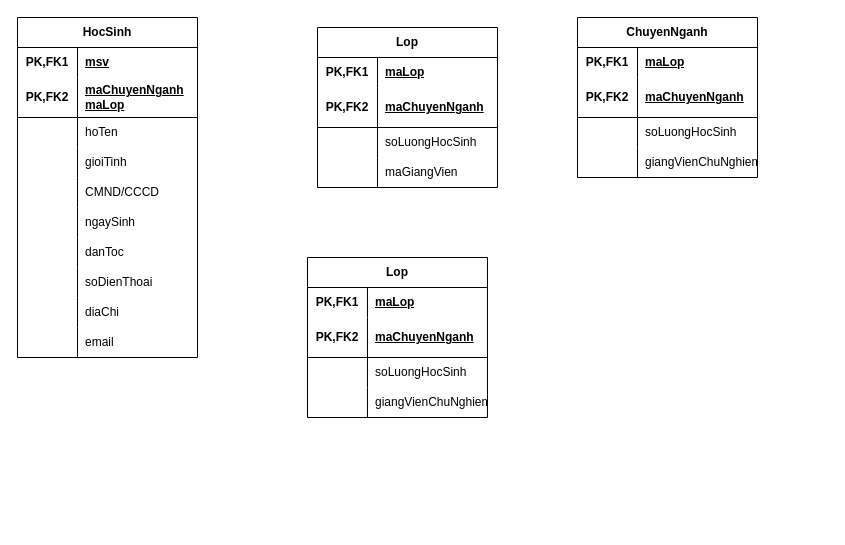
The draw.io diagram SoTaySV.drawio in minhanh9422/SoTaySV_UAD, before the edit. Source tidied: cells renumbered, new cells numbered last; positions are measured from the earlier drawing's top-left corner, leaving out a move shared by most shapes. Both pictures are drawn from the tidied source at 100%, with x=0, y=0 at pixel (17, 17).
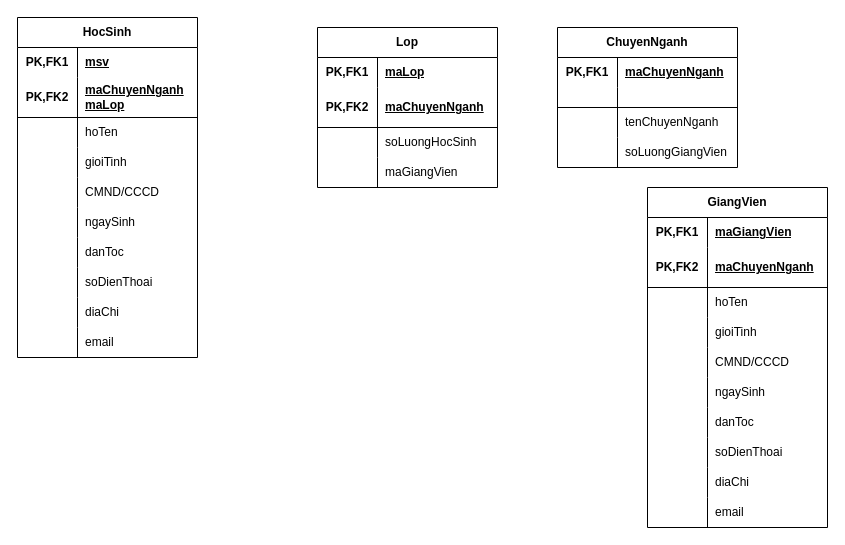
Above is the later version.

Unchanged cells that the change refers to:
```xml
<mxCell id="47" style="shape=tableRow;horizontal=0;startSize=0;swimlaneHead=0;swimlaneBody=0;fillColor=none;top=0;left=0;right=0;bottom=0;html=1;" parent="46" vertex="1">
  <mxGeometry y="30" width="180" height="30" as="geometry" />
</mxCell>
```

Change to the diagram source:
```diff
@@
     <mxCell id="46" value="ChuyenNganh" style="shape=table;startSize=30;childLayout=tableLayout;rowLines=0;fontStyle=1;align=center;html=1;whiteSpace=wrap;" parent="1" vertex="1">
-      <mxGeometry x="560" width="180" height="160" as="geometry" />
+      <mxGeometry x="540" y="10" width="180" height="140" as="geometry" />
     </mxCell>
@@
-    <mxCell id="49" value="maLop" style="shape=partialRectangle;fillColor=none;top=0;left=0;bottom=0;right=0;align=left;spacingLeft=6;fontStyle=5;overflow=hidden;html=1;whiteSpace=wrap;" parent="47" vertex="1">
+    <mxCell id="49" value="maChuyenNganh" style="shape=partialRectangle;fillColor=none;top=0;left=0;bottom=0;right=0;align=left;spacingLeft=6;fontStyle=5;overflow=hidden;html=1;whiteSpace=wrap;" parent="47" vertex="1">
       <mxGeometry x="60" width="120" height="30" as="geometry" />
     </mxCell>
     <mxCell id="50" style="shape=tableRow;horizontal=0;startSize=0;swimlaneHead=0;swimlaneBody=0;fillColor=none;top=0;left=0;right=0;bottom=1;html=1;" parent="46" vertex="1">
-      <mxGeometry y="60" width="180" height="40" as="geometry" />
+      <mxGeometry y="60" width="180" height="20" as="geometry" />
     </mxCell>
-    <mxCell id="51" value="PK,FK2" style="shape=partialRectangle;fillColor=none;top=0;left=0;bottom=0;right=0;fontStyle=1;overflow=hidden;html=1;whiteSpace=wrap;" parent="50" vertex="1">
-      <mxGeometry width="60" height="40" as="geometry" />
+    <mxCell id="51" style="shape=partialRectangle;fillColor=none;top=0;left=0;bottom=0;right=0;fontStyle=1;overflow=hidden;html=1;whiteSpace=wrap;" parent="50" vertex="1">
+      <mxGeometry width="60" height="20" as="geometry" />
     </mxCell>
-    <mxCell id="52" value="maChuyenNganh" style="shape=partialRectangle;fillColor=none;top=0;left=0;bottom=0;right=0;align=left;spacingLeft=6;fontStyle=5;overflow=hidden;html=1;whiteSpace=wrap;" parent="50" vertex="1">
-      <mxGeometry x="60" width="120" height="40" as="geometry" />
+    <mxCell id="52" style="shape=partialRectangle;fillColor=none;top=0;left=0;bottom=0;right=0;align=left;spacingLeft=6;fontStyle=5;overflow=hidden;html=1;whiteSpace=wrap;" parent="50" vertex="1">
+      <mxGeometry x="60" width="120" height="20" as="geometry" />
     </mxCell>
     <mxCell id="53" style="shape=tableRow;horizontal=0;startSize=0;swimlaneHead=0;swimlaneBody=0;fillColor=none;top=0;left=0;right=0;bottom=0;html=1;" parent="46" vertex="1">
-      <mxGeometry y="100" width="180" height="30" as="geometry" />
+      <mxGeometry y="80" width="180" height="30" as="geometry" />
     </mxCell>
@@
-    <mxCell id="55" value="&lt;span style=&quot;text-wrap-mode: nowrap;&quot;&gt;soLuongHocSinh&lt;/span&gt;" style="shape=partialRectangle;fillColor=none;top=0;left=0;bottom=0;right=0;align=left;spacingLeft=6;overflow=hidden;html=1;whiteSpace=wrap;" parent="53" vertex="1">
+    <mxCell id="55" value="&lt;span style=&quot;text-wrap-mode: nowrap;&quot;&gt;tenChuyenNganh&lt;/span&gt;" style="shape=partialRectangle;fillColor=none;top=0;left=0;bottom=0;right=0;align=left;spacingLeft=6;overflow=hidden;html=1;whiteSpace=wrap;" parent="53" vertex="1">
       <mxGeometry x="60" width="120" height="30" as="geometry" />
     </mxCell>
     <mxCell id="56" style="shape=tableRow;horizontal=0;startSize=0;swimlaneHead=0;swimlaneBody=0;fillColor=none;top=0;left=0;right=0;bottom=0;html=1;" parent="46" vertex="1">
-      <mxGeometry y="130" width="180" height="30" as="geometry" />
+      <mxGeometry y="110" width="180" height="30" as="geometry" />
     </mxCell>
@@
-    <mxCell id="58" value="&lt;span style=&quot;text-wrap-mode: nowrap;&quot;&gt;giangVienChuNghiem&lt;/span&gt;" style="shape=partialRectangle;fillColor=none;top=0;left=0;bottom=0;right=0;align=left;spacingLeft=6;overflow=hidden;html=1;whiteSpace=wrap;" parent="56" vertex="1">
+    <mxCell id="58" value="&lt;span style=&quot;text-wrap-mode: nowrap;&quot;&gt;soLuongGiangVien&lt;/span&gt;" style="shape=partialRectangle;fillColor=none;top=0;left=0;bottom=0;right=0;align=left;spacingLeft=6;overflow=hidden;html=1;whiteSpace=wrap;" parent="56" vertex="1">
       <mxGeometry x="60" width="120" height="30" as="geometry" />
     </mxCell>
-    <mxCell id="59" value="Lop" style="shape=table;startSize=30;childLayout=tableLayout;rowLines=0;fontStyle=1;align=center;html=1;whiteSpace=wrap;" parent="1" vertex="1">
-      <mxGeometry x="290" y="240" width="180" height="160" as="geometry" />
-    </mxCell>
+    <mxCell id="72" value="GiangVien" style="shape=table;startSize=30;childLayout=tableLayout;rowLines=0;fontStyle=1;align=center;html=1;whiteSpace=wrap;" parent="1" vertex="1">
+      <mxGeometry x="630" y="170" width="180" height="340" as="geometry" />
+    </mxCell>
-    <mxCell id="60" style="shape=tableRow;horizontal=0;startSize=0;swimlaneHead=0;swimlaneBody=0;fillColor=none;top=0;left=0;right=0;bottom=0;html=1;" parent="59" vertex="1">
+    <mxCell id="60" style="shape=tableRow;horizontal=0;startSize=0;swimlaneHead=0;swimlaneBody=0;fillColor=none;top=0;left=0;right=0;bottom=0;html=1;" parent="72" vertex="1">
       <mxGeometry y="30" width="180" height="30" as="geometry" />
     </mxCell>
@@
-    <mxCell id="62" value="maLop" style="shape=partialRectangle;fillColor=none;top=0;left=0;bottom=0;right=0;align=left;spacingLeft=6;fontStyle=5;overflow=hidden;html=1;whiteSpace=wrap;" parent="60" vertex="1">
-      <mxGeometry x="60" width="120" height="30" as="geometry" />
-    </mxCell>
+    <mxCell id="73" value="maGiangVien" style="shape=partialRectangle;fillColor=none;top=0;left=0;bottom=0;right=0;align=left;spacingLeft=6;fontStyle=5;overflow=hidden;html=1;whiteSpace=wrap;" parent="60" vertex="1">
+      <mxGeometry x="60" width="120" height="30" as="geometry" />
+    </mxCell>
-    <mxCell id="63" style="shape=tableRow;horizontal=0;startSize=0;swimlaneHead=0;swimlaneBody=0;fillColor=none;top=0;left=0;right=0;bottom=1;html=1;" parent="59" vertex="1">
+    <mxCell id="63" style="shape=tableRow;horizontal=0;startSize=0;swimlaneHead=0;swimlaneBody=0;fillColor=none;top=0;left=0;right=0;bottom=1;html=1;" parent="72" vertex="1">
       <mxGeometry y="60" width="180" height="40" as="geometry" />
     </mxCell>
@@
-    <mxCell id="66" style="shape=tableRow;horizontal=0;startSize=0;swimlaneHead=0;swimlaneBody=0;fillColor=none;top=0;left=0;right=0;bottom=0;html=1;" parent="59" vertex="1">
+    <mxCell id="66" style="shape=tableRow;horizontal=0;startSize=0;swimlaneHead=0;swimlaneBody=0;fillColor=none;top=0;left=0;right=0;bottom=0;html=1;" parent="72" vertex="1">
       <mxGeometry y="100" width="180" height="30" as="geometry" />
     </mxCell>
-    <mxCell id="67" style="shape=partialRectangle;fillColor=none;top=0;left=0;bottom=0;right=0;overflow=hidden;html=1;whiteSpace=wrap;" parent="66" vertex="1">
-      <mxGeometry width="60" height="30" as="geometry" />
-    </mxCell>
-    <mxCell id="68" value="&lt;span style=&quot;text-wrap-mode: nowrap;&quot;&gt;soLuongHocSinh&lt;/span&gt;" style="shape=partialRectangle;fillColor=none;top=0;left=0;bottom=0;right=0;align=left;spacingLeft=6;overflow=hidden;html=1;whiteSpace=wrap;" parent="66" vertex="1">
-      <mxGeometry x="60" width="120" height="30" as="geometry" />
-    </mxCell>
+    <mxCell id="74" style="shape=partialRectangle;fillColor=none;top=0;left=0;bottom=0;right=0;overflow=hidden;html=1;whiteSpace=wrap;" parent="66" vertex="1">
+      <mxGeometry width="60" height="30" as="geometry" />
+    </mxCell>
+    <mxCell id="75" value="&lt;span style=&quot;text-wrap-mode: nowrap;&quot;&gt;hoTen&lt;/span&gt;" style="shape=partialRectangle;fillColor=none;top=0;left=0;bottom=0;right=0;align=left;spacingLeft=6;overflow=hidden;html=1;whiteSpace=wrap;" parent="66" vertex="1">
+      <mxGeometry x="60" width="120" height="30" as="geometry" />
+    </mxCell>
-    <mxCell id="69" style="shape=tableRow;horizontal=0;startSize=0;swimlaneHead=0;swimlaneBody=0;fillColor=none;top=0;left=0;right=0;bottom=0;html=1;" parent="59" vertex="1">
+    <mxCell id="69" style="shape=tableRow;horizontal=0;startSize=0;swimlaneHead=0;swimlaneBody=0;fillColor=none;top=0;left=0;right=0;bottom=0;html=1;" parent="72" vertex="1">
       <mxGeometry y="130" width="180" height="30" as="geometry" />
     </mxCell>
-    <mxCell id="70" style="shape=partialRectangle;fillColor=none;top=0;left=0;bottom=0;right=0;overflow=hidden;html=1;whiteSpace=wrap;" parent="69" vertex="1">
-      <mxGeometry width="60" height="30" as="geometry" />
-    </mxCell>
-    <mxCell id="71" value="&lt;span style=&quot;text-wrap-mode: nowrap;&quot;&gt;giangVienChuNghiem&lt;/span&gt;" style="shape=partialRectangle;fillColor=none;top=0;left=0;bottom=0;right=0;align=left;spacingLeft=6;overflow=hidden;html=1;whiteSpace=wrap;" parent="69" vertex="1">
-      <mxGeometry x="60" width="120" height="30" as="geometry" />
-    </mxCell>
+    <mxCell id="76" style="shape=partialRectangle;fillColor=none;top=0;left=0;bottom=0;right=0;overflow=hidden;html=1;whiteSpace=wrap;" parent="69" vertex="1">
+      <mxGeometry width="60" height="30" as="geometry" />
+    </mxCell>
+    <mxCell id="77" value="&lt;span style=&quot;text-wrap-mode: nowrap;&quot;&gt;gioiTinh&lt;/span&gt;" style="shape=partialRectangle;fillColor=none;top=0;left=0;bottom=0;right=0;align=left;spacingLeft=6;overflow=hidden;html=1;whiteSpace=wrap;" parent="69" vertex="1">
+      <mxGeometry x="60" width="120" height="30" as="geometry" />
+    </mxCell>
+    <mxCell id="78" style="shape=tableRow;horizontal=0;startSize=0;swimlaneHead=0;swimlaneBody=0;fillColor=none;top=0;left=0;right=0;bottom=0;html=1;" parent="72" vertex="1">
+      <mxGeometry y="160" width="180" height="30" as="geometry" />
+    </mxCell>
+    <mxCell id="79" style="shape=partialRectangle;fillColor=none;top=0;left=0;bottom=0;right=0;overflow=hidden;html=1;whiteSpace=wrap;" parent="78" vertex="1">
+      <mxGeometry width="60" height="30" as="geometry" />
+    </mxCell>
+    <mxCell id="80" value="&lt;span style=&quot;text-wrap-mode: nowrap;&quot;&gt;CMND/CCCD&lt;/span&gt;" style="shape=partialRectangle;fillColor=none;top=0;left=0;bottom=0;right=0;align=left;spacingLeft=6;overflow=hidden;html=1;whiteSpace=wrap;" parent="78" vertex="1">
+      <mxGeometry x="60" width="120" height="30" as="geometry" />
+    </mxCell>
+    <mxCell id="81" style="shape=tableRow;horizontal=0;startSize=0;swimlaneHead=0;swimlaneBody=0;fillColor=none;top=0;left=0;right=0;bottom=0;html=1;" parent="72" vertex="1">
+      <mxGeometry y="190" width="180" height="30" as="geometry" />
+    </mxCell>
+    <mxCell id="82" style="shape=partialRectangle;fillColor=none;top=0;left=0;bottom=0;right=0;overflow=hidden;html=1;whiteSpace=wrap;" parent="81" vertex="1">
+      <mxGeometry width="60" height="30" as="geometry" />
+    </mxCell>
+    <mxCell id="83" value="&lt;span style=&quot;text-wrap-mode: nowrap;&quot;&gt;ngaySinh&lt;/span&gt;" style="shape=partialRectangle;fillColor=none;top=0;left=0;bottom=0;right=0;align=left;spacingLeft=6;overflow=hidden;html=1;whiteSpace=wrap;" parent="81" vertex="1">
+      <mxGeometry x="60" width="120" height="30" as="geometry" />
+    </mxCell>
+    <mxCell id="84" style="shape=tableRow;horizontal=0;startSize=0;swimlaneHead=0;swimlaneBody=0;fillColor=none;top=0;left=0;right=0;bottom=0;html=1;" parent="72" vertex="1">
+      <mxGeometry y="220" width="180" height="30" as="geometry" />
+    </mxCell>
+    <mxCell id="85" style="shape=partialRectangle;fillColor=none;top=0;left=0;bottom=0;right=0;overflow=hidden;html=1;whiteSpace=wrap;" parent="84" vertex="1">
+      <mxGeometry width="60" height="30" as="geometry" />
+    </mxCell>
+    <mxCell id="86" value="&lt;span style=&quot;text-wrap-mode: nowrap;&quot;&gt;danToc&lt;/span&gt;" style="shape=partialRectangle;fillColor=none;top=0;left=0;bottom=0;right=0;align=left;spacingLeft=6;overflow=hidden;html=1;whiteSpace=wrap;" parent="84" vertex="1">
+      <mxGeometry x="60" width="120" height="30" as="geometry" />
+    </mxCell>
+    <mxCell id="87" style="shape=tableRow;horizontal=0;startSize=0;swimlaneHead=0;swimlaneBody=0;fillColor=none;top=0;left=0;right=0;bottom=0;html=1;" parent="72" vertex="1">
+      <mxGeometry y="250" width="180" height="30" as="geometry" />
+    </mxCell>
+    <mxCell id="88" style="shape=partialRectangle;fillColor=none;top=0;left=0;bottom=0;right=0;overflow=hidden;html=1;whiteSpace=wrap;" parent="87" vertex="1">
+      <mxGeometry width="60" height="30" as="geometry" />
+    </mxCell>
+    <mxCell id="89" value="&lt;span style=&quot;text-wrap-mode: nowrap;&quot;&gt;soDienThoai&lt;/span&gt;" style="shape=partialRectangle;fillColor=none;top=0;left=0;bottom=0;right=0;align=left;spacingLeft=6;overflow=hidden;html=1;whiteSpace=wrap;" parent="87" vertex="1">
+      <mxGeometry x="60" width="120" height="30" as="geometry" />
+    </mxCell>
+    <mxCell id="90" style="shape=tableRow;horizontal=0;startSize=0;swimlaneHead=0;swimlaneBody=0;fillColor=none;top=0;left=0;right=0;bottom=0;html=1;" parent="72" vertex="1">
+      <mxGeometry y="280" width="180" height="30" as="geometry" />
+    </mxCell>
+    <mxCell id="91" style="shape=partialRectangle;fillColor=none;top=0;left=0;bottom=0;right=0;overflow=hidden;html=1;whiteSpace=wrap;" parent="90" vertex="1">
+      <mxGeometry width="60" height="30" as="geometry" />
+    </mxCell>
+    <mxCell id="92" value="&lt;span style=&quot;text-wrap-mode: nowrap;&quot;&gt;diaChi&lt;/span&gt;" style="shape=partialRectangle;fillColor=none;top=0;left=0;bottom=0;right=0;align=left;spacingLeft=6;overflow=hidden;html=1;whiteSpace=wrap;" parent="90" vertex="1">
+      <mxGeometry x="60" width="120" height="30" as="geometry" />
+    </mxCell>
+    <mxCell id="93" style="shape=tableRow;horizontal=0;startSize=0;swimlaneHead=0;swimlaneBody=0;fillColor=none;top=0;left=0;right=0;bottom=0;html=1;" parent="72" vertex="1">
+      <mxGeometry y="310" width="180" height="30" as="geometry" />
+    </mxCell>
+    <mxCell id="94" style="shape=partialRectangle;fillColor=none;top=0;left=0;bottom=0;right=0;overflow=hidden;html=1;whiteSpace=wrap;" parent="93" vertex="1">
+      <mxGeometry width="60" height="30" as="geometry" />
+    </mxCell>
+    <mxCell id="95" value="&lt;span style=&quot;text-wrap-mode: nowrap;&quot;&gt;email&lt;/span&gt;" style="shape=partialRectangle;fillColor=none;top=0;left=0;bottom=0;right=0;align=left;spacingLeft=6;overflow=hidden;html=1;whiteSpace=wrap;" parent="93" vertex="1">
+      <mxGeometry x="60" width="120" height="30" as="geometry" />
+    </mxCell>
```
